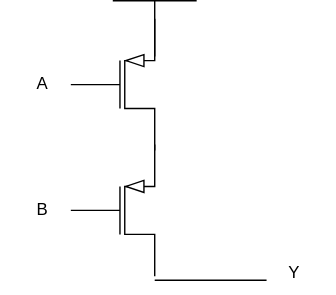
Above: drawio/20_nor_up.drawio.svg in cd-public/hw_asm (draw.io), before the change. Source tidied: cells renumbered, new cells last; positions are measured from the earlier drawing's top-left corner, leaving out a move shared by most shapes.
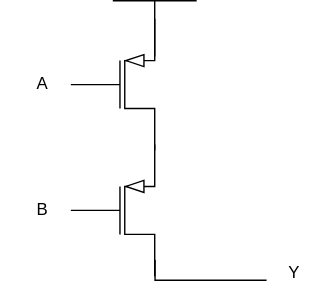
The same diagram one commit later.

Diff of the diagram source:
```diff
@@ -11,10 +11,12 @@
     <mxCell id="4" style="verticalLabelPosition=top;verticalAlign=bottom;shape=mxgraph.electrical.signal_sources.vdd;shadow=0;dashed=0;align=center;strokeWidth=1;fontSize=24;html=1;flipV=1;labelPerimeter=1;legacyAnchorPoints=0;" parent="1" vertex="1">
       <mxGeometry x="80" width="60" height="40" as="geometry" />
     </mxCell>
-    <mxCell id="5" style="endArrow=none;html=1;rounded=0;defaultLabelBackgroundColor=page;" parent="1" edge="1">
+    <mxCell id="5" style="endArrow=none;html=1;rounded=0;defaultLabelBackgroundColor=page;exitX=1.004;exitY=0.875;exitDx=0;exitDy=0;exitPerimeter=0;" parent="1" edge="1" source="3">
       <mxGeometry relative="1" as="geometry">
-        <mxPoint x="110" y="200" as="sourcePoint" />
         <mxPoint x="190" y="200" as="targetPoint" />
+        <Array as="points">
+          <mxPoint x="110.2" y="200" />
+        </Array>
       </mxGeometry>
     </mxCell>
     <mxCell id="6" value="A" style="text;html=1;whiteSpace=wrap;strokeColor=none;fillColor=none;align=center;verticalAlign=middle;rounded=0;" parent="1" vertex="1">
```
